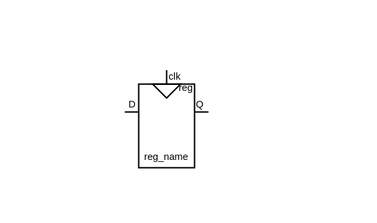
This is .pic/Basic Verilog structures/registers/fig_01.drawio.svg from MPSU/APS, a draw.io export, as it was before one commit. Source tidied: cells renumbered, new cells last; positions are measured from the earlier drawing's top-left corner, leaving out a move shared by most shapes.
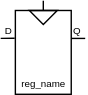
After the commit.

What changed in the source:
```diff
@@ -1,45 +1,35 @@
-<mxGraphModel>
+<mxGraphModel background="#ffffff">
   <root>
     <mxCell id="0" />
     <mxCell id="1" parent="0" />
-    <mxCell id="2" style="rounded=0;whiteSpace=wrap;html=1;labelBackgroundColor=#CB9EFF;fontSize=7;fillColor=#FFFFFF;fontColor=#333333;strokeColor=none;" parent="1" vertex="1">
-      <mxGeometry x="0.5" width="269.5" height="160" as="geometry" />
+    <mxCell id="2" value="&lt;font style=&quot;font-size: 7px;&quot;&gt;reg_name&lt;/font&gt;" style="rounded=0;whiteSpace=wrap;html=1;verticalAlign=bottom;spacingBottom=0;fillColor=none;" parent="1" vertex="1">
+      <mxGeometry x="115.5" y="279" width="40" height="60" as="geometry" />
     </mxCell>
-    <mxCell id="3" value="&lt;font style=&quot;font-size: 7px;&quot;&gt;reg_name&lt;/font&gt;" style="rounded=0;whiteSpace=wrap;html=1;verticalAlign=bottom;spacingBottom=0;fillColor=none;" parent="1" vertex="1">
-      <mxGeometry x="100" y="60" width="40" height="60" as="geometry" />
+    <mxCell id="3" style="endArrow=none;html=1;rounded=0;fontSize=7;" parent="1" edge="1">
+      <mxGeometry relative="1" as="geometry">
+        <mxPoint x="165.5" y="299" as="sourcePoint" />
+        <mxPoint x="155.5" y="299" as="targetPoint" />
+      </mxGeometry>
     </mxCell>
-    <mxCell id="4" value="reg" style="text;html=1;strokeColor=none;fillColor=none;align=center;verticalAlign=middle;whiteSpace=wrap;rounded=0;fontSize=7;" parent="1" vertex="1">
-      <mxGeometry x="127" y="59" width="14" height="8" as="geometry" />
+    <mxCell id="4" style="edgeStyle=orthogonalEdgeStyle;rounded=0;jettySize=auto;html=1;exitX=0;exitY=0.5;exitDx=0;exitDy=0;endArrow=none;endFill=0;" parent="1" edge="1" source="5">
+      <mxGeometry relative="1" as="geometry">
+        <mxPoint x="135.5" y="272" as="targetPoint" />
+      </mxGeometry>
     </mxCell>
-    <mxCell id="5" style="endArrow=none;html=1;rounded=0;fontSize=7;" parent="1" edge="1">
-      <mxGeometry relative="1" as="geometry">
-        <mxPoint x="100" y="80" as="sourcePoint" />
-        <mxPoint x="90" y="80" as="targetPoint" />
-      </mxGeometry>
+    <mxCell id="5" style="triangle;whiteSpace=wrap;html=1;fontSize=7;rotation=90;fillColor=none;" parent="1" vertex="1">
+      <mxGeometry x="130.5" y="274" width="10" height="20" as="geometry" />
     </mxCell>
-    <mxCell id="6" style="endArrow=none;html=1;rounded=0;fontSize=7;" parent="1" edge="1">
-      <mxGeometry relative="1" as="geometry">
-        <mxPoint x="150" y="80" as="sourcePoint" />
-        <mxPoint x="140" y="80" as="targetPoint" />
-      </mxGeometry>
+    <mxCell id="6" value="Q" style="text;html=1;strokeColor=none;fillColor=none;align=center;verticalAlign=middle;whiteSpace=wrap;rounded=0;fontSize=7;" parent="1" vertex="1">
+      <mxGeometry x="156.5" y="289" width="6" height="10" as="geometry" />
     </mxCell>
-    <mxCell id="7" style="endArrow=none;html=1;rounded=0;fontSize=7;" parent="1" edge="1">
+    <mxCell id="7" style="edgeStyle=orthogonalEdgeStyle;rounded=0;orthogonalLoop=1;jettySize=auto;html=1;exitX=0;exitY=0.75;exitDx=0;exitDy=0;exitPerimeter=0;endArrow=none;endFill=0;" parent="1" edge="1">
       <mxGeometry relative="1" as="geometry">
-        <mxPoint x="120" y="60" as="sourcePoint" />
-        <mxPoint x="120" y="50" as="targetPoint" />
+        <mxPoint x="115" y="298.9" as="sourcePoint" />
+        <mxPoint x="105" y="298.9" as="targetPoint" />
       </mxGeometry>
     </mxCell>
-    <mxCell id="8" style="triangle;whiteSpace=wrap;html=1;fontSize=7;rotation=90;fillColor=none;" parent="1" vertex="1">
-      <mxGeometry x="115" y="55" width="10" height="20" as="geometry" />
+    <mxCell id="8" value="D" style="text;html=1;strokeColor=none;fillColor=none;align=center;verticalAlign=middle;whiteSpace=wrap;rounded=0;fontSize=7;" parent="1" vertex="1">
+      <mxGeometry x="107.5" y="289" width="6" height="10" as="geometry" />
     </mxCell>
-    <mxCell id="9" value="D" style="text;html=1;strokeColor=none;fillColor=none;align=center;verticalAlign=middle;whiteSpace=wrap;rounded=0;fontSize=7;" parent="1" vertex="1">
-      <mxGeometry x="93" y="70" width="5" height="10" as="geometry" />
-    </mxCell>
-    <mxCell id="10" value="Q" style="text;html=1;strokeColor=none;fillColor=none;align=center;verticalAlign=middle;whiteSpace=wrap;rounded=0;fontSize=7;" parent="1" vertex="1">
-      <mxGeometry x="141" y="70" width="6" height="10" as="geometry" />
-    </mxCell>
-    <mxCell id="11" value="clk" style="text;html=1;strokeColor=none;fillColor=none;align=center;verticalAlign=middle;whiteSpace=wrap;rounded=0;fontSize=7;" parent="1" vertex="1">
-      <mxGeometry x="121" y="50" width="10" height="10" as="geometry" />
-    </mxCell>
   </root>
 </mxGraphModel>
```
